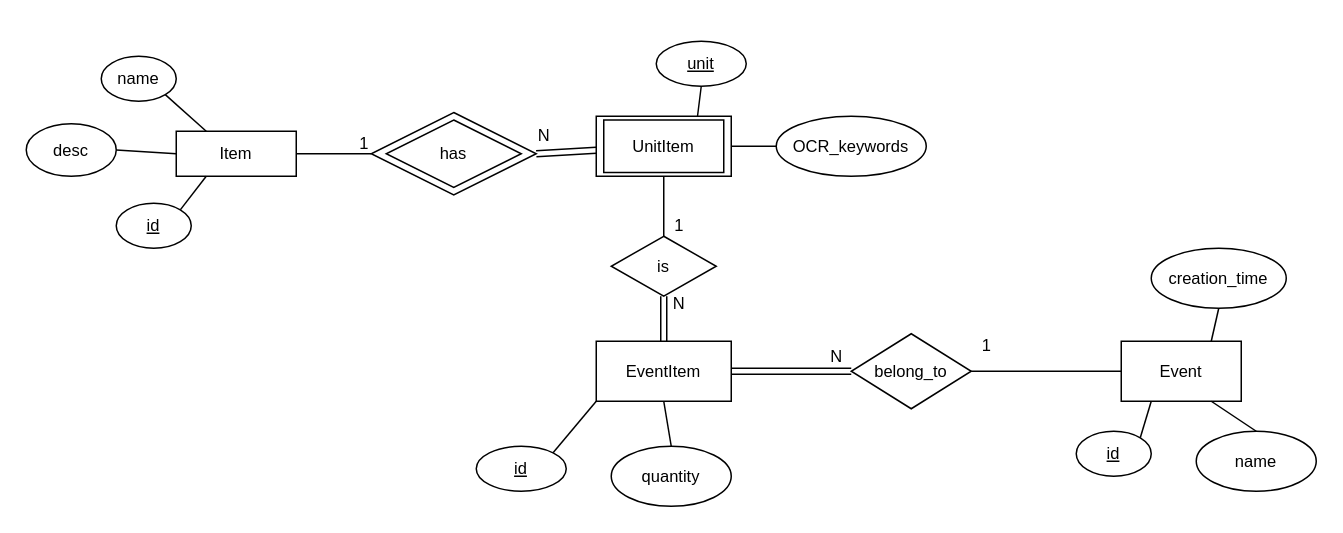
Before: internship.drawio in dxy-katzchen/draw.io, a draw.io diagram. Source tidied: cells renumbered, new cells numbered last; positions are measured from the earlier drawing's top-left corner, leaving out a move shared by most shapes. Both pictures are drawn from the tidied source at 150%, with x=0, y=0 at pixel (26, 40).
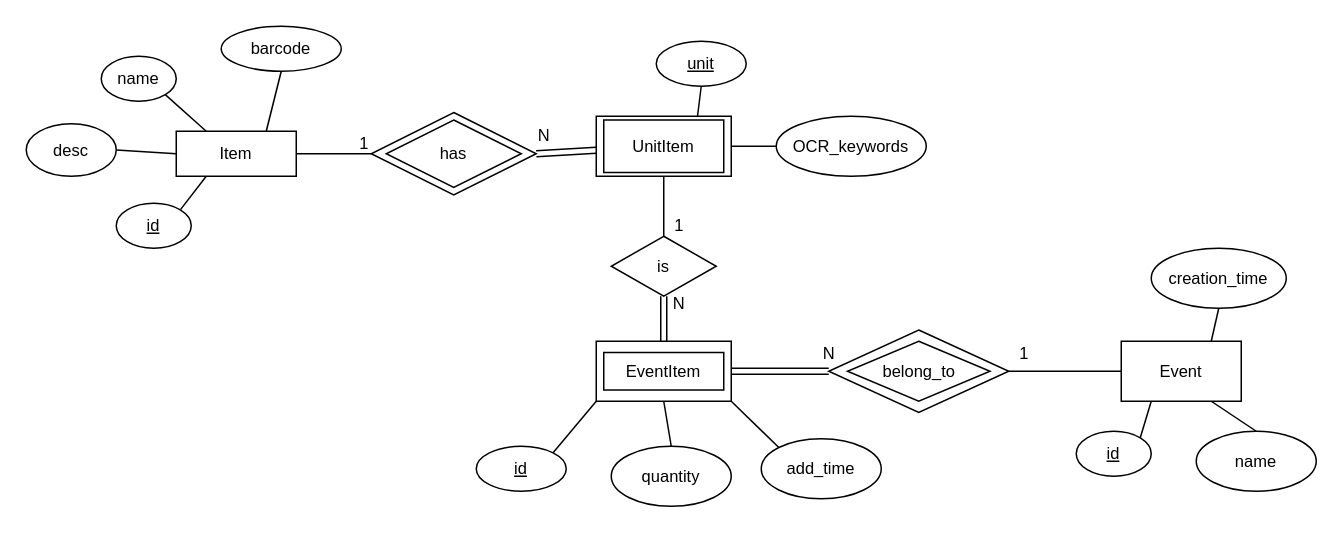
After the change.

Unchanged cells that the change refers to:
```xml
<mxCell id="32" value="Item" style="rounded=0;whiteSpace=wrap;html=1;fontFamily=Helvetica;fontSize=11;fontColor=default;labelBackgroundColor=default;" parent="1" vertex="1">
  <mxGeometry x="100" y="60" width="80" height="30" as="geometry" />
</mxCell>
```

What changed in the source:
```diff
@@
-    <mxCell id="6" value="EventItem" style="rounded=0;whiteSpace=wrap;html=1;fontFamily=Helvetica;fontSize=11;fontColor=default;labelBackgroundColor=default;" parent="1" vertex="1">
+    <mxCell id="6" style="rounded=0;whiteSpace=wrap;html=1;fontFamily=Helvetica;fontSize=11;fontColor=default;labelBackgroundColor=default;" parent="1" vertex="1">
       <mxGeometry x="380" y="200" width="90" height="40" as="geometry" />
     </mxCell>
@@
-    <mxCell id="19" value="belong_to" style="rhombus;whiteSpace=wrap;html=1;fontFamily=Helvetica;fontSize=11;fontColor=default;labelBackgroundColor=default;" parent="1" vertex="1">
-      <mxGeometry x="550" y="195" width="80" height="50" as="geometry" />
+    <mxCell id="19" style="rhombus;whiteSpace=wrap;html=1;fontFamily=Helvetica;fontSize=11;fontColor=default;labelBackgroundColor=default;" parent="1" vertex="1">
+      <mxGeometry x="535" y="192.5" width="120" height="55" as="geometry" />
     </mxCell>
@@
     <mxCell id="25" value="N" style="text;html=1;align=center;verticalAlign=middle;strokeColor=none;fillColor=none;fontFamily=Helvetica;fontSize=11;fontColor=default;labelBackgroundColor=default;" parent="1" vertex="1">
-      <mxGeometry x="525" y="195" width="30" height="30" as="geometry" />
+      <mxGeometry x="520" y="192.5" width="30" height="30" as="geometry" />
     </mxCell>
     <mxCell id="26" value="1" style="text;html=1;align=center;verticalAlign=middle;strokeColor=none;fillColor=none;fontFamily=Helvetica;fontSize=11;fontColor=default;labelBackgroundColor=default;" parent="1" vertex="1">
-      <mxGeometry x="625" y="188" width="30" height="30" as="geometry" />
+      <mxGeometry x="650" y="192.5" width="30" height="30" as="geometry" />
     </mxCell>
@@
+    <mxCell id="43" style="edgeStyle=none;shape=connector;rounded=0;jettySize=auto;html=1;exitX=0.5;exitY=1;exitDx=0;exitDy=0;entryX=0.75;entryY=0;entryDx=0;entryDy=0;strokeColor=default;align=center;verticalAlign=middle;fontFamily=Helvetica;fontSize=11;fontColor=default;labelBackgroundColor=default;endArrow=none;endFill=0;" parent="1" edge="1" source="44" target="32">
+      <mxGeometry relative="1" as="geometry" />
+    </mxCell>
+    <mxCell id="44" value="barcode" style="ellipse;whiteSpace=wrap;html=1;fontFamily=Helvetica;fontSize=11;fontColor=default;labelBackgroundColor=default;" parent="1" vertex="1">
+      <mxGeometry x="130" y="-10" width="80" height="30" as="geometry" />
+    </mxCell>
+    <mxCell id="45" value="belong_to" style="rhombus;whiteSpace=wrap;html=1;fontFamily=Helvetica;fontSize=11;fontColor=default;labelBackgroundColor=default;" parent="1" vertex="1">
+      <mxGeometry x="547.5" y="200" width="95" height="40" as="geometry" />
+    </mxCell>
+    <mxCell id="46" value="EventItem" style="rounded=0;whiteSpace=wrap;html=1;fontFamily=Helvetica;fontSize=11;fontColor=default;labelBackgroundColor=default;" parent="1" vertex="1">
+      <mxGeometry x="385" y="207.5" width="80" height="25" as="geometry" />
+    </mxCell>
+    <mxCell id="47" style="edgeStyle=none;shape=connector;rounded=0;jettySize=auto;html=1;exitX=0;exitY=0;exitDx=0;exitDy=0;entryX=1;entryY=1;entryDx=0;entryDy=0;strokeColor=default;align=center;verticalAlign=middle;fontFamily=Helvetica;fontSize=11;fontColor=default;labelBackgroundColor=default;endArrow=none;endFill=0;" parent="1" edge="1" source="48" target="6">
+      <mxGeometry relative="1" as="geometry" />
+    </mxCell>
+    <mxCell id="48" value="add_time" style="ellipse;whiteSpace=wrap;html=1;fontFamily=Helvetica;fontSize=11;fontColor=default;labelBackgroundColor=default;" parent="1" vertex="1">
+      <mxGeometry x="490" y="265" width="80" height="40" as="geometry" />
+    </mxCell>
```
